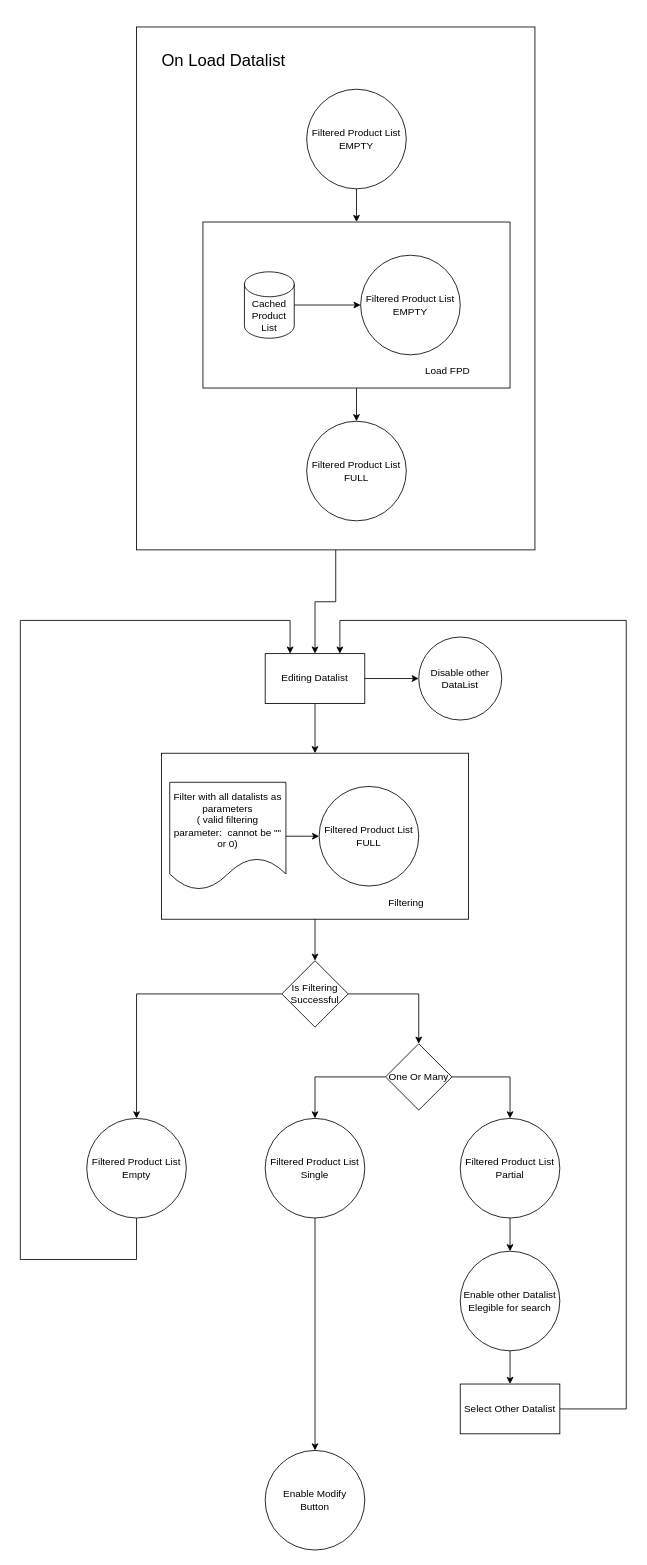
Before: page "Search Product" (1 of 2) of diagrams/loading_filteredProductList.drawio in aaroncruces/proyectobodega, a draw.io diagram. Source tidied: cells renumbered, new cells numbered last; positions are measured from the earlier drawing's top-left corner, leaving out a move shared by most shapes. Both pictures are drawn from the tidied source at 83%, with x=0, y=0 at pixel (20, 14).
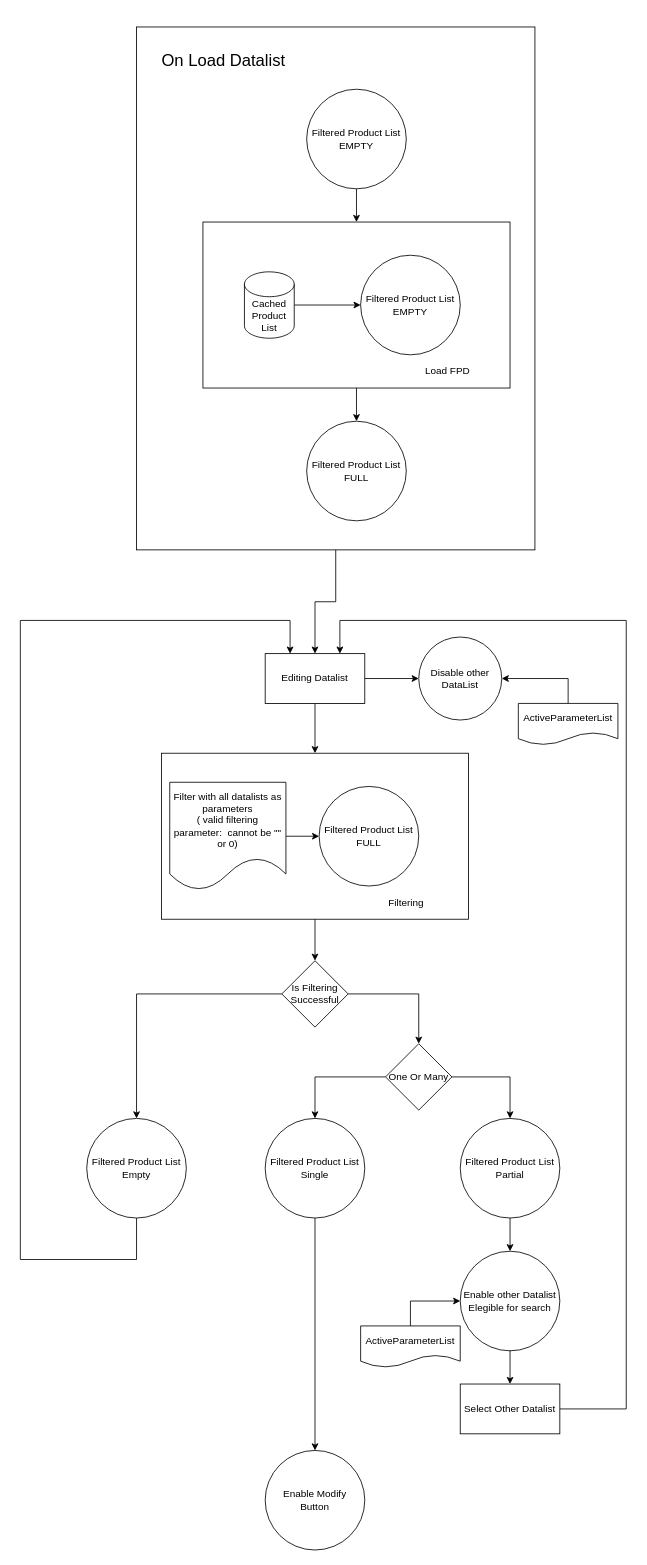
After the change.

Unchanged cells that the change refers to:
```xml
<mxCell id="17" style="group;" parent="1" vertex="1">
  <mxGeometry y="730" width="730" height="1120" as="geometry" />
</mxCell>
<mxCell id="26" value="Disable other&lt;br&gt;DataList" style="ellipse;whiteSpace=wrap;html=1;" parent="17" vertex="1">
  <mxGeometry x="480" y="20" width="100" height="100" as="geometry" />
</mxCell>
<mxCell id="39" value="Enable other Datalist&lt;br&gt;Elegible for search" style="ellipse;whiteSpace=wrap;html=1;" parent="17" vertex="1">
  <mxGeometry x="530" y="760" width="120" height="120" as="geometry" />
</mxCell>
```

Change to the diagram source:
```diff
@@
+    <mxCell id="47" style="edgeStyle=orthogonalEdgeStyle;rounded=0;jettySize=auto;html=1;exitX=0.5;exitY=0;exitDx=0;exitDy=0;entryX=1;entryY=0.5;entryDx=0;entryDy=0;" parent="17" edge="1" source="48" target="26">
+      <mxGeometry relative="1" as="geometry" />
+    </mxCell>
+    <mxCell id="48" value="ActiveParameterList" style="shape=document;whiteSpace=wrap;html=1;boundedLbl=1;" parent="17" vertex="1">
+      <mxGeometry x="600" y="100" width="120" height="50" as="geometry" />
+    </mxCell>
+    <mxCell id="49" style="edgeStyle=orthogonalEdgeStyle;rounded=0;jettySize=auto;html=1;entryX=0;entryY=0.5;entryDx=0;entryDy=0;" parent="17" edge="1" source="50" target="39">
+      <mxGeometry relative="1" as="geometry" />
+    </mxCell>
+    <mxCell id="50" value="ActiveParameterList" style="shape=document;whiteSpace=wrap;html=1;boundedLbl=1;" parent="17" vertex="1">
+      <mxGeometry x="410" y="850" width="120" height="50" as="geometry" />
+    </mxCell>
```
